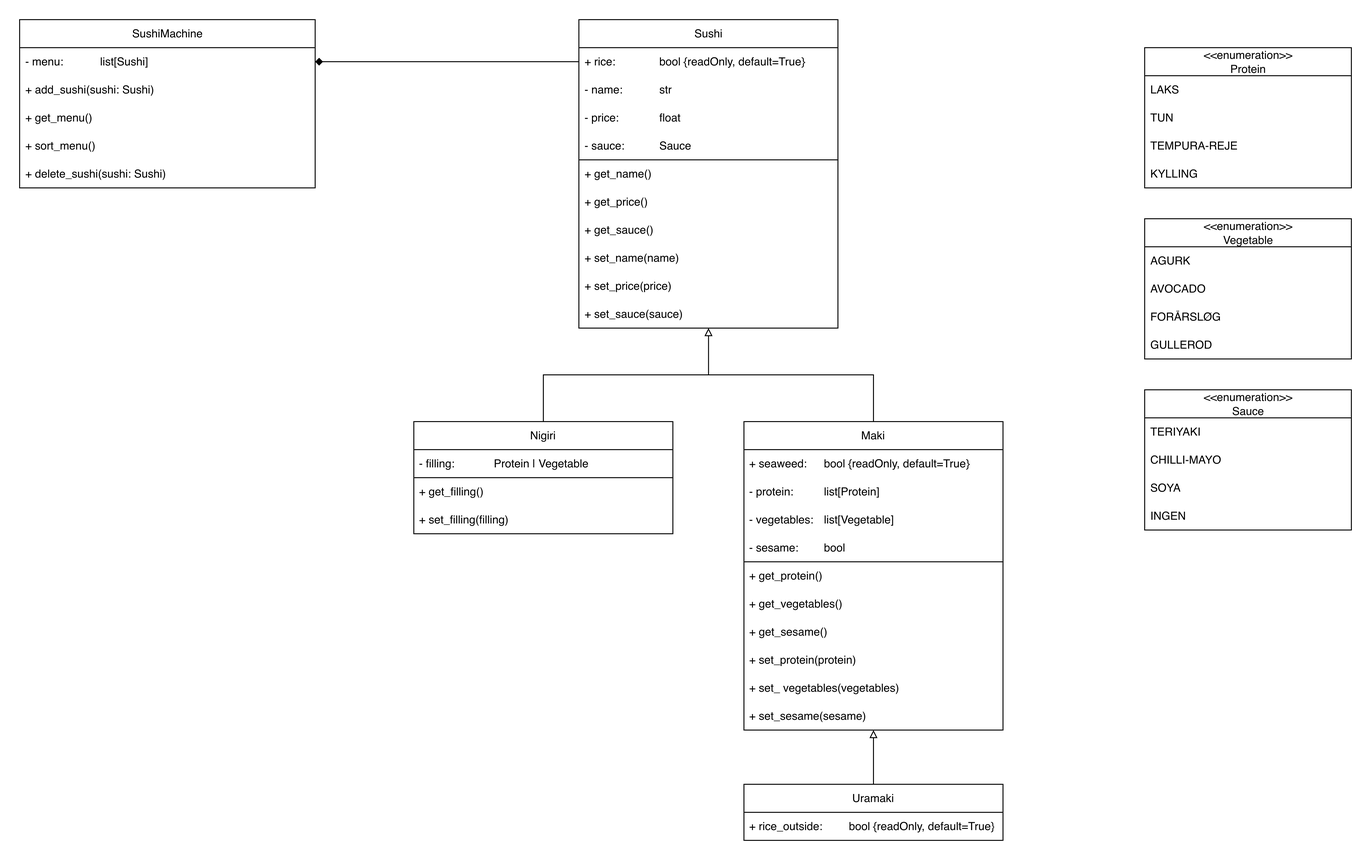
This is drawings/Klassediagram.png from Kebber94/SushiMenuMachine, a draw.io export, as it was before one commit. Source tidied: cells renumbered, new cells last; positions are measured from the earlier drawing's top-left corner, leaving out a move shared by most shapes.
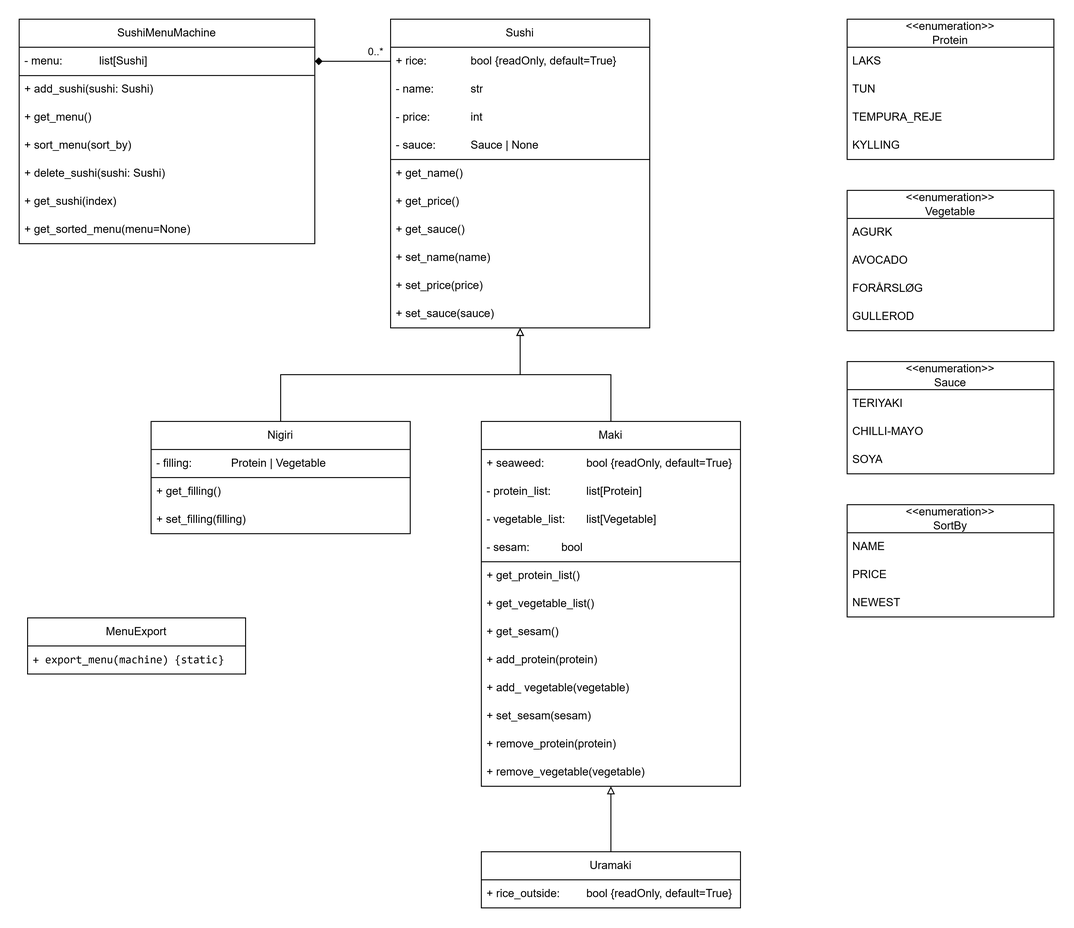
After the change.

Change to the diagram source:
```diff
@@ -7,4 +7,4 @@
         <Array as="points">
-          <mxPoint x="520.9" y="45" />
-          <mxPoint x="520.9" y="45" />
+          <mxPoint x="690.9" y="45" />
+          <mxPoint x="690.9" y="45" />
         </Array>
@@ -12,4 +12,9 @@
     </mxCell>
+    <mxCell id="58" value="0..*" style="edgeLabel;html=1;align=center;verticalAlign=middle;" parent="2" vertex="1">
+      <mxGeometry x="-0.6" y="-1" relative="1" as="geometry">
+        <mxPoint x="-1" y="-10" as="offset" />
+      </mxGeometry>
+    </mxCell>
     <mxCell id="3" value="Sushi" style="swimlane;fontStyle=0;horizontal=1;startSize=30;whiteSpace=wrap;html=1;" parent="1" vertex="1">
-      <mxGeometry x="598" width="277" height="330" as="geometry" />
+      <mxGeometry x="768" width="277" height="330" as="geometry" />
     </mxCell>
@@ -21,6 +26,6 @@
     </mxCell>
-    <mxCell id="6" value="- price: &lt;span style=&quot;white-space: pre;&quot;&gt;&#9;&lt;span style=&quot;white-space: pre;&quot;&gt;&#9;&lt;/span&gt;&lt;/span&gt;float" style="text;align=left;verticalAlign=middle;spacingLeft=4;spacingRight=4;overflow=hidden;whiteSpace=wrap;html=1;" parent="3" vertex="1">
+    <mxCell id="6" value="- price: &lt;span style=&quot;white-space: pre;&quot;&gt;&#9;&lt;span style=&quot;white-space: pre;&quot;&gt;&#9;&lt;/span&gt;i&lt;/span&gt;nt" style="text;align=left;verticalAlign=middle;spacingLeft=4;spacingRight=4;overflow=hidden;whiteSpace=wrap;html=1;" parent="3" vertex="1">
       <mxGeometry y="90" width="277" height="30" as="geometry" />
     </mxCell>
-    <mxCell id="7" value="&lt;div style=&quot;text-align: right;&quot;&gt;&lt;span style=&quot;background-color: transparent; color: light-dark(rgb(0, 0, 0), rgb(255, 255, 255));&quot;&gt;- sauce: &lt;/span&gt;&lt;span style=&quot;background-color: transparent; color: light-dark(rgb(0, 0, 0), rgb(255, 255, 255)); white-space: pre;&quot;&gt;&#9;&lt;span style=&quot;white-space: pre;&quot;&gt;&#9;&lt;/span&gt;S&lt;/span&gt;auce&lt;/div&gt;" style="text;align=left;verticalAlign=middle;spacingLeft=4;spacingRight=4;overflow=hidden;whiteSpace=wrap;html=1;" parent="3" vertex="1">
+    <mxCell id="7" value="&lt;div style=&quot;text-align: right;&quot;&gt;&lt;span style=&quot;background-color: transparent; color: light-dark(rgb(0, 0, 0), rgb(255, 255, 255));&quot;&gt;- sauce: &lt;/span&gt;&lt;span style=&quot;background-color: transparent; color: light-dark(rgb(0, 0, 0), rgb(255, 255, 255)); white-space: pre;&quot;&gt;&#9;&lt;span style=&quot;white-space: pre;&quot;&gt;&#9;&lt;/span&gt;S&lt;/span&gt;auce | None&lt;/div&gt;" style="text;align=left;verticalAlign=middle;spacingLeft=4;spacingRight=4;overflow=hidden;whiteSpace=wrap;html=1;" parent="3" vertex="1">
       <mxGeometry y="120" width="277" height="30" as="geometry" />
@@ -52,3 +57,3 @@
     <mxCell id="16" value="Nigiri" style="swimlane;fontStyle=0;horizontal=1;startSize=30;whiteSpace=wrap;html=1;" parent="1" vertex="1">
-      <mxGeometry x="421.5" y="430" width="277" height="120" as="geometry" />
+      <mxGeometry x="512" y="430" width="277" height="120" as="geometry" />
     </mxCell>
@@ -73,14 +78,14 @@
     <mxCell id="22" value="Maki" style="swimlane;fontStyle=0;horizontal=1;startSize=30;whiteSpace=wrap;html=1;" parent="1" vertex="1">
-      <mxGeometry x="774.5" y="430" width="277" height="330" as="geometry" />
+      <mxGeometry x="865" y="430" width="277" height="390" as="geometry" />
     </mxCell>
-    <mxCell id="23" value="+ seaweed:&amp;nbsp;&lt;span style=&quot;white-space: pre;&quot;&gt;&#9;&lt;/span&gt;bool {readOnly, default=True}" style="text;align=left;verticalAlign=middle;spacingLeft=4;spacingRight=4;overflow=hidden;whiteSpace=wrap;html=1;" parent="22" vertex="1">
+    <mxCell id="23" value="+ seaweed:&amp;nbsp;&lt;span style=&quot;white-space: pre;&quot;&gt;&#9;&lt;span style=&quot;white-space: pre;&quot;&gt;&#9;&lt;/span&gt;&lt;/span&gt;bool {readOnly, default=True}" style="text;align=left;verticalAlign=middle;spacingLeft=4;spacingRight=4;overflow=hidden;whiteSpace=wrap;html=1;" parent="22" vertex="1">
       <mxGeometry y="30" width="277" height="30" as="geometry" />
     </mxCell>
-    <mxCell id="24" value="- protein:&lt;span style=&quot;white-space: pre;&quot;&gt;&#9;&lt;/span&gt;&lt;span style=&quot;white-space: pre;&quot;&gt;&#9;&lt;/span&gt;list[Protein]" style="text;align=left;verticalAlign=middle;spacingLeft=4;spacingRight=4;overflow=hidden;whiteSpace=wrap;html=1;" parent="22" vertex="1">
+    <mxCell id="24" value="- protein_list:&lt;span style=&quot;white-space: pre;&quot;&gt;&#9;&lt;/span&gt;&lt;span style=&quot;white-space: pre;&quot;&gt;&#9;&lt;/span&gt;list[Protein]" style="text;align=left;verticalAlign=middle;spacingLeft=4;spacingRight=4;overflow=hidden;whiteSpace=wrap;html=1;" parent="22" vertex="1">
       <mxGeometry y="60" width="277" height="30" as="geometry" />
     </mxCell>
-    <mxCell id="25" value="- vegetables:&lt;span style=&quot;white-space: pre;&quot;&gt;&#9;&lt;/span&gt;list[Vegetable]" style="text;align=left;verticalAlign=middle;spacingLeft=4;spacingRight=4;overflow=hidden;whiteSpace=wrap;html=1;" parent="22" vertex="1">
+    <mxCell id="25" value="- vegetable_list:&lt;span style=&quot;white-space: pre;&quot;&gt;&#9;&lt;/span&gt;list[Vegetable]" style="text;align=left;verticalAlign=middle;spacingLeft=4;spacingRight=4;overflow=hidden;whiteSpace=wrap;html=1;" parent="22" vertex="1">
       <mxGeometry y="90" width="277" height="30" as="geometry" />
     </mxCell>
-    <mxCell id="26" value="- sesame:&amp;nbsp;&lt;span style=&quot;white-space: pre;&quot;&gt;&#9;&lt;/span&gt;bool" style="text;align=left;verticalAlign=middle;spacingLeft=4;spacingRight=4;overflow=hidden;whiteSpace=wrap;html=1;" parent="22" vertex="1">
+    <mxCell id="26" value="- sesam:&amp;nbsp;&lt;span style=&quot;white-space: pre;&quot;&gt;&#9;&lt;span style=&quot;white-space: pre;&quot;&gt;&#9;&lt;/span&gt;&lt;/span&gt;bool" style="text;align=left;verticalAlign=middle;spacingLeft=4;spacingRight=4;overflow=hidden;whiteSpace=wrap;html=1;" parent="22" vertex="1">
       <mxGeometry y="120" width="277" height="30" as="geometry" />
@@ -93,20 +98,26 @@
     </mxCell>
-    <mxCell id="28" value="+ get_protein()" style="text;align=left;verticalAlign=middle;spacingLeft=4;spacingRight=4;overflow=hidden;whiteSpace=wrap;html=1;" parent="22" vertex="1">
+    <mxCell id="28" value="+ get_protein_list()" style="text;align=left;verticalAlign=middle;spacingLeft=4;spacingRight=4;overflow=hidden;whiteSpace=wrap;html=1;" parent="22" vertex="1">
       <mxGeometry y="150" width="277" height="30" as="geometry" />
     </mxCell>
-    <mxCell id="29" value="+ get_vegetables()" style="text;align=left;verticalAlign=middle;spacingLeft=4;spacingRight=4;overflow=hidden;whiteSpace=wrap;html=1;" parent="22" vertex="1">
+    <mxCell id="29" value="+ get_vegetable_list()" style="text;align=left;verticalAlign=middle;spacingLeft=4;spacingRight=4;overflow=hidden;whiteSpace=wrap;html=1;" parent="22" vertex="1">
       <mxGeometry y="180" width="277" height="30" as="geometry" />
     </mxCell>
-    <mxCell id="30" value="+ get_sesame()" style="text;align=left;verticalAlign=middle;spacingLeft=4;spacingRight=4;overflow=hidden;whiteSpace=wrap;html=1;" parent="22" vertex="1">
+    <mxCell id="30" value="+ get_sesam()" style="text;align=left;verticalAlign=middle;spacingLeft=4;spacingRight=4;overflow=hidden;whiteSpace=wrap;html=1;" parent="22" vertex="1">
       <mxGeometry y="210" width="277" height="30" as="geometry" />
     </mxCell>
-    <mxCell id="31" value="&lt;div&gt;+ set_protein(protein)&lt;/div&gt;" style="text;align=left;verticalAlign=middle;spacingLeft=4;spacingRight=4;overflow=hidden;whiteSpace=wrap;html=1;" parent="22" vertex="1">
+    <mxCell id="31" value="&lt;div&gt;+ add_protein(protein)&lt;/div&gt;" style="text;align=left;verticalAlign=middle;spacingLeft=4;spacingRight=4;overflow=hidden;whiteSpace=wrap;html=1;" parent="22" vertex="1">
       <mxGeometry y="240" width="277" height="30" as="geometry" />
     </mxCell>
-    <mxCell id="32" value="+ set_ vegetables(vegetables)" style="text;align=left;verticalAlign=middle;spacingLeft=4;spacingRight=4;overflow=hidden;whiteSpace=wrap;html=1;" parent="22" vertex="1">
+    <mxCell id="32" value="+ add_ vegetable(vegetable)" style="text;align=left;verticalAlign=middle;spacingLeft=4;spacingRight=4;overflow=hidden;whiteSpace=wrap;html=1;" parent="22" vertex="1">
       <mxGeometry y="270" width="277" height="30" as="geometry" />
     </mxCell>
-    <mxCell id="33" value="+ set_sesame(sesame)" style="text;align=left;verticalAlign=middle;spacingLeft=4;spacingRight=4;overflow=hidden;whiteSpace=wrap;html=1;" parent="22" vertex="1">
+    <mxCell id="33" value="+ set_sesam(sesam)" style="text;align=left;verticalAlign=middle;spacingLeft=4;spacingRight=4;overflow=hidden;whiteSpace=wrap;html=1;" parent="22" vertex="1">
       <mxGeometry y="300" width="277" height="30" as="geometry" />
     </mxCell>
+    <mxCell id="59" value="+ remove_protein(protein)" style="text;align=left;verticalAlign=middle;spacingLeft=4;spacingRight=4;overflow=hidden;whiteSpace=wrap;html=1;" parent="22" vertex="1">
+      <mxGeometry y="330" width="277" height="30" as="geometry" />
+    </mxCell>
+    <mxCell id="60" value="+ remove_vegetable(vegetable)" style="text;align=left;verticalAlign=middle;spacingLeft=4;spacingRight=4;overflow=hidden;whiteSpace=wrap;html=1;" parent="22" vertex="1">
+      <mxGeometry y="360" width="277" height="30" as="geometry" />
+    </mxCell>
     <mxCell id="34" style="edgeStyle=orthogonalEdgeStyle;rounded=0;jettySize=auto;html=1;endArrow=block;endFill=0;" parent="1" edge="1" source="35" target="22">
@@ -115,3 +126,3 @@
     <mxCell id="35" value="Uramaki" style="swimlane;fontStyle=0;horizontal=1;startSize=30;whiteSpace=wrap;html=1;" parent="1" vertex="1">
-      <mxGeometry x="774.5" y="818" width="277" height="60" as="geometry" />
+      <mxGeometry x="865" y="890" width="277" height="60" as="geometry" />
     </mxCell>
@@ -121,3 +132,3 @@
     <mxCell id="37" value="&amp;lt;&amp;lt;enumeration&amp;gt;&amp;gt;&lt;div&gt;Protein&lt;/div&gt;" style="swimlane;fontStyle=0;horizontal=1;startSize=30;whiteSpace=wrap;html=1;" parent="1" vertex="1">
-      <mxGeometry x="1203" y="30" width="221" height="150" as="geometry" />
+      <mxGeometry x="1256" width="221" height="150" as="geometry" />
     </mxCell>
@@ -129,3 +140,3 @@
     </mxCell>
-    <mxCell id="40" value="TEMPURA-REJE" style="text;strokeColor=none;fillColor=none;align=left;verticalAlign=middle;spacingLeft=4;spacingRight=4;overflow=hidden;whiteSpace=wrap;html=1;" parent="37" vertex="1">
+    <mxCell id="40" value="TEMPURA_REJE" style="text;strokeColor=none;fillColor=none;align=left;verticalAlign=middle;spacingLeft=4;spacingRight=4;overflow=hidden;whiteSpace=wrap;html=1;" parent="37" vertex="1">
       <mxGeometry y="90" width="221" height="30" as="geometry" />
@@ -136,3 +147,3 @@
     <mxCell id="42" value="&amp;lt;&amp;lt;enumeration&amp;gt;&amp;gt;&lt;div&gt;Vegetable&lt;/div&gt;" style="swimlane;fontStyle=0;horizontal=1;startSize=30;whiteSpace=wrap;html=1;" parent="1" vertex="1">
-      <mxGeometry x="1203" y="213" width="221" height="150" as="geometry" />
+      <mxGeometry x="1256" y="183" width="221" height="150" as="geometry" />
     </mxCell>
@@ -151,3 +162,3 @@
     <mxCell id="47" value="&amp;lt;&amp;lt;enumeration&amp;gt;&amp;gt;&lt;div&gt;Sauce&lt;/div&gt;" style="swimlane;fontStyle=0;horizontal=1;startSize=30;whiteSpace=wrap;html=1;" parent="1" vertex="1">
-      <mxGeometry x="1203" y="396" width="221" height="150" as="geometry" />
+      <mxGeometry x="1256" y="366" width="221" height="120" as="geometry" />
     </mxCell>
@@ -162,7 +173,4 @@
     </mxCell>
-    <mxCell id="51" value="INGEN" style="text;strokeColor=none;fillColor=none;align=left;verticalAlign=middle;spacingLeft=4;spacingRight=4;overflow=hidden;whiteSpace=wrap;html=1;" parent="47" vertex="1">
-      <mxGeometry y="120" width="221" height="30" as="geometry" />
-    </mxCell>
-    <mxCell id="52" value="SushiMachine" style="swimlane;fontStyle=0;horizontal=1;startSize=30;whiteSpace=wrap;html=1;" parent="1" vertex="1">
-      <mxGeometry width="316" height="180" as="geometry" />
+    <mxCell id="52" value="SushiMenuMachine" style="swimlane;fontStyle=0;horizontal=1;startSize=30;whiteSpace=wrap;html=1;" parent="1" vertex="1">
+      <mxGeometry x="371" width="316" height="240" as="geometry" />
     </mxCell>
@@ -171,2 +179,5 @@
     </mxCell>
+    <mxCell id="61" style="endArrow=none;html=1;rounded=0;entryX=0.998;entryY=0.005;entryDx=0;entryDy=0;entryPerimeter=0;exitX=0;exitY=0.011;exitDx=0;exitDy=0;exitPerimeter=0;" parent="52" edge="1" source="54" target="54">
+      <mxGeometry relative="1" as="geometry" />
+    </mxCell>
     <mxCell id="54" value="+ add_sushi(sushi: Sushi)" style="text;strokeColor=none;fillColor=none;align=left;verticalAlign=middle;spacingLeft=4;spacingRight=4;overflow=hidden;points=[[0,0.5],[1,0.5]];portConstraint=eastwest;whiteSpace=wrap;html=1;" parent="52" vertex="1">
@@ -177,3 +188,3 @@
     </mxCell>
-    <mxCell id="56" value="+ sort_menu()" style="text;strokeColor=none;fillColor=none;align=left;verticalAlign=middle;spacingLeft=4;spacingRight=4;overflow=hidden;whiteSpace=wrap;html=1;" parent="52" vertex="1">
+    <mxCell id="56" value="+ sort_menu(sort_by)" style="text;strokeColor=none;fillColor=none;align=left;verticalAlign=middle;spacingLeft=4;spacingRight=4;overflow=hidden;whiteSpace=wrap;html=1;" parent="52" vertex="1">
       <mxGeometry y="120" width="316" height="30" as="geometry" />
@@ -183,2 +194,26 @@
     </mxCell>
+    <mxCell id="62" value="+ get_sushi(index)" style="text;strokeColor=none;fillColor=none;align=left;verticalAlign=middle;spacingLeft=4;spacingRight=4;overflow=hidden;whiteSpace=wrap;html=1;" parent="52" vertex="1">
+      <mxGeometry y="180" width="316" height="30" as="geometry" />
+    </mxCell>
+    <mxCell id="63" value="+ get_sorted_menu(menu=None)" style="text;strokeColor=none;fillColor=none;align=left;verticalAlign=middle;spacingLeft=4;spacingRight=4;overflow=hidden;whiteSpace=wrap;html=1;" parent="52" vertex="1">
+      <mxGeometry y="210" width="316" height="30" as="geometry" />
+    </mxCell>
+    <mxCell id="64" value="MenuExport" style="swimlane;fontStyle=0;horizontal=1;startSize=30;whiteSpace=wrap;html=1;" parent="1" vertex="1">
+      <mxGeometry x="380" y="640" width="233" height="60" as="geometry" />
+    </mxCell>
+    <mxCell id="65" value="&lt;span style=&quot;font-family: monospace;&quot;&gt;+ export_menu(machine) {static}&lt;/span&gt;" style="text;strokeColor=none;fillColor=none;align=left;verticalAlign=middle;spacingLeft=4;spacingRight=4;overflow=hidden;whiteSpace=wrap;html=1;" parent="64" vertex="1">
+      <mxGeometry y="30" width="233" height="30" as="geometry" />
+    </mxCell>
+    <mxCell id="66" value="&amp;lt;&amp;lt;enumeration&amp;gt;&amp;gt;&lt;div&gt;SortBy&lt;/div&gt;" style="swimlane;fontStyle=0;horizontal=1;startSize=30;whiteSpace=wrap;html=1;" parent="1" vertex="1">
+      <mxGeometry x="1256" y="519" width="221" height="120" as="geometry" />
+    </mxCell>
+    <mxCell id="67" value="NAME" style="text;strokeColor=none;fillColor=none;align=left;verticalAlign=middle;spacingLeft=4;spacingRight=4;overflow=hidden;whiteSpace=wrap;html=1;" parent="66" vertex="1">
+      <mxGeometry y="30" width="221" height="30" as="geometry" />
+    </mxCell>
+    <mxCell id="68" value="PRICE" style="text;strokeColor=none;fillColor=none;align=left;verticalAlign=middle;spacingLeft=4;spacingRight=4;overflow=hidden;whiteSpace=wrap;html=1;" parent="66" vertex="1">
+      <mxGeometry y="60" width="221" height="30" as="geometry" />
+    </mxCell>
+    <mxCell id="69" value="NEWEST" style="text;strokeColor=none;fillColor=none;align=left;verticalAlign=middle;spacingLeft=4;spacingRight=4;overflow=hidden;whiteSpace=wrap;html=1;" parent="66" vertex="1">
+      <mxGeometry y="90" width="221" height="30" as="geometry" />
+    </mxCell>
   </root>
```
